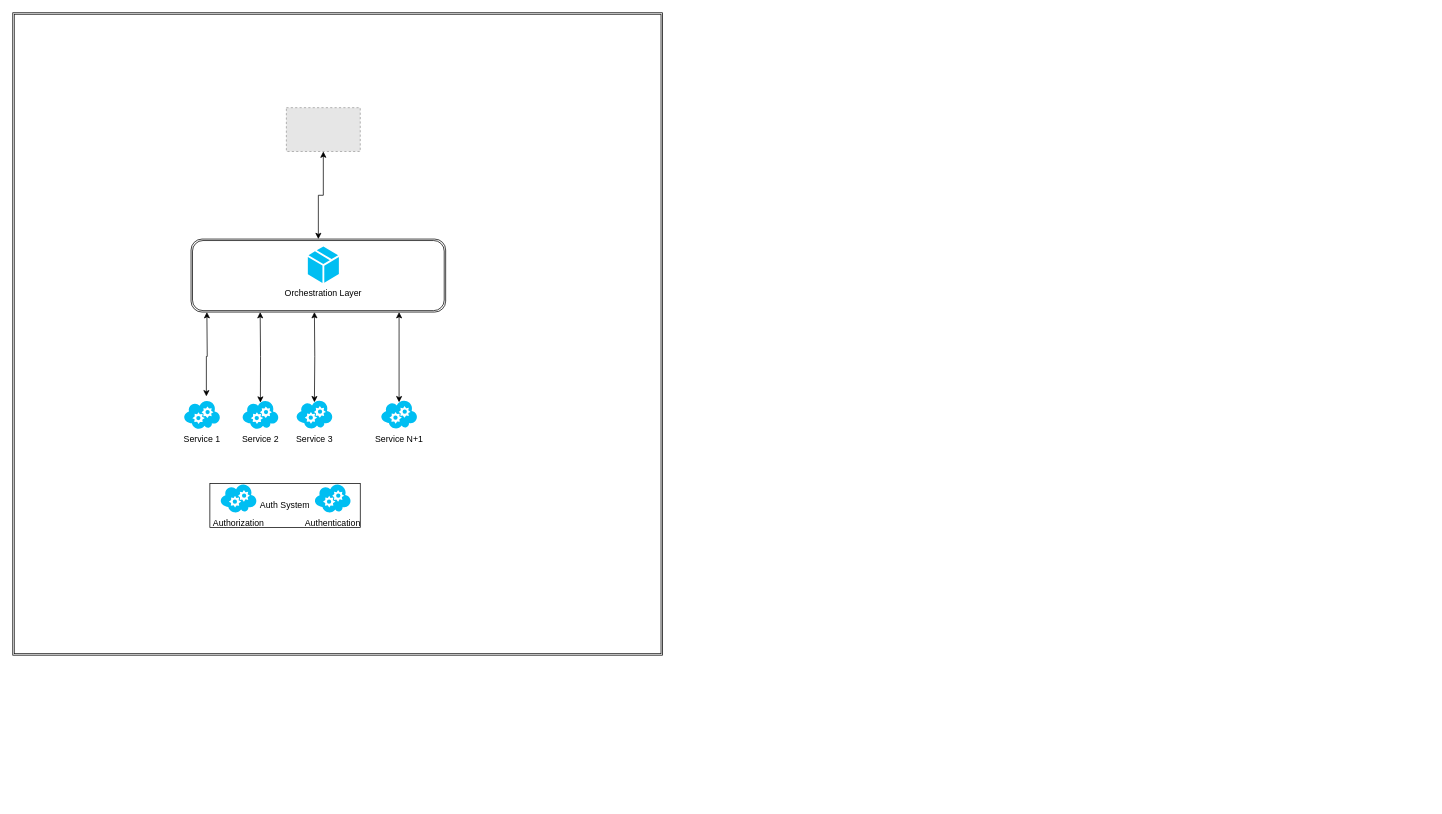
Before: Untitled Diagram.drawio in stradap/theorem-diagrams, a draw.io diagram. Source tidied: cells renumbered, new cells numbered last; positions are measured from the earlier drawing's top-left corner, leaving out a move shared by most shapes. Both pictures are drawn from the tidied source at 73%, with x=0, y=0 at pixel (12, 12). Pictures stored in the file or linked from it are replaced by grey dashed boxes.
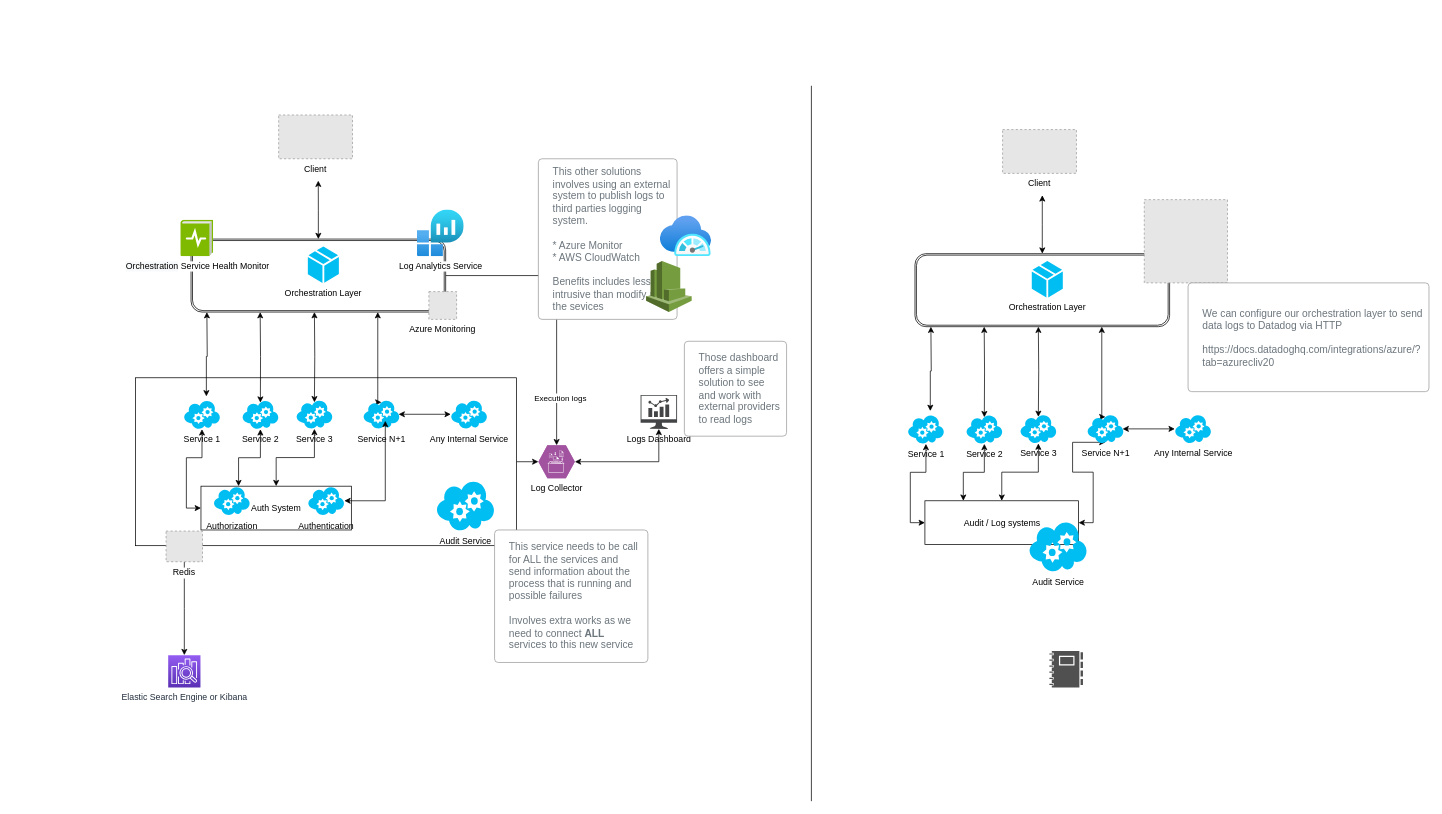
The same diagram, later.

The change refers to these unchanged cells:
```xml
<mxCell id="5" style="shape=ext;double=1;rounded=1;whiteSpace=wrap;html=1;" parent="1" vertex="1">
  <mxGeometry x="244.2" y="310" width="348.8" height="100" as="geometry" />
</mxCell>
<mxCell id="10" value="Service 3&lt;br&gt;" style="verticalLabelPosition=bottom;html=1;verticalAlign=top;align=center;strokeColor=none;fillColor=#00BEF2;shape=mxgraph.azure.cloud_service;" parent="1" vertex="1">
  <mxGeometry x="388.2" y="530" width="50" height="40" as="geometry" />
</mxCell>
<mxCell id="11" value="Service 1" style="verticalLabelPosition=bottom;html=1;verticalAlign=top;align=center;strokeColor=none;fillColor=#00BEF2;shape=mxgraph.azure.cloud_service;" parent="1" vertex="1">
  <mxGeometry x="234.2" y="530.5" width="50" height="40" as="geometry" />
</mxCell>
<mxCell id="12" value="Service 2" style="verticalLabelPosition=bottom;html=1;verticalAlign=top;align=center;strokeColor=none;fillColor=#00BEF2;shape=mxgraph.azure.cloud_service;" parent="1" vertex="1">
  <mxGeometry x="314.2" y="530.5" width="50" height="40" as="geometry" />
</mxCell>
```

The edit, as a diff of the source:
```diff
@@
-    <mxCell id="2" style="shape=ext;double=1;rounded=0;whiteSpace=wrap;html=1;shadow=0;fillColor=default;" parent="1" vertex="1">
-      <mxGeometry width="890" height="880" as="geometry" />
-    </mxCell>
+    <mxCell id="18" style="edgeStyle=orthogonalEdgeStyle;rounded=0;jettySize=auto;html=1;exitX=1;exitY=0.5;exitDx=0;exitDy=0;startArrow=none;startFill=0;endArrow=classic;endFill=1;strokeColor=default;" parent="1" edge="1" source="19">
+      <mxGeometry relative="1" as="geometry">
+        <mxPoint x="720" y="615" as="targetPoint" />
+      </mxGeometry>
+    </mxCell>
+    <mxCell id="19" style="rounded=0;whiteSpace=wrap;html=1;shadow=0;fillColor=default;" parent="1" vertex="1">
+      <mxGeometry x="168.2" y="500" width="521.8" height="230" as="geometry" />
+    </mxCell>
+    <mxCell id="20" style="edgeStyle=orthogonalEdgeStyle;rounded=0;jettySize=auto;html=1;exitX=0;exitY=0.5;exitDx=0;exitDy=0;startArrow=classic;startFill=1;endArrow=classic;endFill=1;strokeColor=default;" parent="1" edge="1" source="3" target="11">
+      <mxGeometry relative="1" as="geometry" />
+    </mxCell>
+    <mxCell id="21" style="edgeStyle=orthogonalEdgeStyle;rounded=0;jettySize=auto;html=1;startArrow=classic;startFill=1;endArrow=classic;endFill=1;strokeColor=default;" parent="1" edge="1" source="3" target="10">
+      <mxGeometry relative="1" as="geometry" />
+    </mxCell>
+    <mxCell id="22" style="edgeStyle=orthogonalEdgeStyle;rounded=0;jettySize=auto;html=1;exitX=0.25;exitY=0;exitDx=0;exitDy=0;startArrow=classic;startFill=1;endArrow=classic;endFill=1;strokeColor=default;" parent="1" edge="1" source="3" target="12">
+      <mxGeometry relative="1" as="geometry" />
+    </mxCell>
     <mxCell id="3" value="Auth System" style="whiteSpace=wrap;html=1;" parent="1" vertex="1">
-      <mxGeometry x="270" y="645" width="206" height="60" as="geometry" />
+      <mxGeometry x="257.8" y="648.5" width="206" height="60" as="geometry" />
     </mxCell>
-    <mxCell id="4" style="edgeStyle=orthogonalEdgeStyle;rounded=0;jettySize=auto;html=1;startArrow=classic;startFill=1;endArrow=classic;endFill=1;strokeColor=default;" parent="1" edge="1" source="5" target="13">
-      <mxGeometry relative="1" as="geometry" />
-    </mxCell>
+    <mxCell id="23" style="edgeStyle=orthogonalEdgeStyle;rounded=0;jettySize=auto;html=1;startArrow=classic;startFill=1;endArrow=classic;endFill=1;strokeColor=default;" parent="1" edge="1" source="5">
+      <mxGeometry relative="1" as="geometry">
+        <mxPoint x="418.5" y="230" as="targetPoint" />
+      </mxGeometry>
+    </mxCell>
+    <mxCell id="24" style="edgeStyle=orthogonalEdgeStyle;rounded=0;jettySize=auto;html=1;entryX=0.5;entryY=0;entryDx=0;entryDy=0;entryPerimeter=0;startArrow=none;startFill=0;endArrow=classic;endFill=1;strokeColor=default;" parent="1" edge="1" source="5" target="33">
+      <mxGeometry relative="1" as="geometry" />
+    </mxCell>
+    <mxCell id="25" value="Execution logs" style="edgeLabel;html=1;align=center;verticalAlign=middle;" parent="24" vertex="1">
+      <mxGeometry x="0.66" y="4" relative="1" as="geometry" />
+    </mxCell>
@@
-    <mxCell id="13" style="fillColor=#E6E6E6;strokeColor=#999999;dashed=1;verticalLabelPosition=bottom;labelBackgroundColor=#ffffff;verticalAlign=top;" parent="1" vertex="1">
-      <mxGeometry x="374.8" y="130" width="101.2" height="60" as="geometry" />
+    <mxCell id="13" value="Client" style="fillColor=#E6E6E6;strokeColor=#999999;dashed=1;verticalLabelPosition=bottom;labelBackgroundColor=#ffffff;verticalAlign=top;" parent="1" vertex="1">
+      <mxGeometry x="364.2" y="140" width="101.2" height="60" as="geometry" />
     </mxCell>
     <mxCell id="14" style="edgeStyle=orthogonalEdgeStyle;rounded=0;jettySize=auto;html=1;entryX=0.5;entryY=0.09;entryDx=0;entryDy=0;entryPerimeter=0;startArrow=classic;startFill=1;" parent="1" edge="1" target="15">
       <mxGeometry relative="1" as="geometry">
-        <mxPoint x="529.2" y="410" as="sourcePoint" />
+        <mxPoint x="500" y="410" as="sourcePoint" />
         <Array as="points">
-          <mxPoint x="529.2" y="440" />
-          <mxPoint x="529.2" y="440" />
+          <mxPoint x="500" y="410" />
+          <mxPoint x="500" y="534" />
         </Array>
       </mxGeometry>
     </mxCell>
     <mxCell id="15" value="Service N+1" style="verticalLabelPosition=bottom;html=1;verticalAlign=top;align=center;strokeColor=none;fillColor=#00BEF2;shape=mxgraph.azure.cloud_service;" parent="1" vertex="1">
-      <mxGeometry x="504.2" y="530" width="50" height="40" as="geometry" />
+      <mxGeometry x="480" y="530" width="50" height="40" as="geometry" />
     </mxCell>
     <mxCell id="16" value="Authorization&lt;br&gt;" style="verticalLabelPosition=bottom;html=1;verticalAlign=top;align=center;strokeColor=none;fillColor=#00BEF2;shape=mxgraph.azure.cloud_service;" parent="1" vertex="1">
-      <mxGeometry x="284.2" y="645" width="50" height="40" as="geometry" />
+      <mxGeometry x="275" y="648.5" width="50" height="40" as="geometry" />
     </mxCell>
+    <mxCell id="26" style="edgeStyle=orthogonalEdgeStyle;rounded=0;jettySize=auto;html=1;entryX=0.606;entryY=0.724;entryDx=0;entryDy=0;entryPerimeter=0;startArrow=classic;startFill=1;endArrow=classic;endFill=1;strokeColor=default;" parent="1" edge="1" source="17" target="15">
+      <mxGeometry relative="1" as="geometry" />
+    </mxCell>
     <mxCell id="17" value="Authentication&lt;br&gt;" style="verticalLabelPosition=bottom;html=1;verticalAlign=top;align=center;strokeColor=none;fillColor=#00BEF2;shape=mxgraph.azure.cloud_service;" parent="1" vertex="1">
-      <mxGeometry x="413.2" y="645" width="50" height="40" as="geometry" />
+      <mxGeometry x="404.2" y="648.5" width="50" height="40" as="geometry" />
     </mxCell>
+    <mxCell id="27" style="edgeStyle=orthogonalEdgeStyle;rounded=0;jettySize=auto;html=1;startArrow=none;startFill=0;endArrow=classic;endFill=1;strokeColor=default;" parent="1" edge="1" source="28" target="29">
+      <mxGeometry relative="1" as="geometry" />
+    </mxCell>
+    <mxCell id="28" value="Redis&#10;" style="fillColor=#E6E6E6;strokeColor=#999999;dashed=1;verticalLabelPosition=bottom;labelBackgroundColor=#ffffff;verticalAlign=top;" parent="1" vertex="1">
+      <mxGeometry x="210" y="710" width="49.9" height="42" as="geometry" />
+    </mxCell>
+    <mxCell id="29" value="Elastic Search Engine or Kibana&lt;br&gt;" style="sketch=0;points=[[0,0,0],[0.25,0,0],[0.5,0,0],[0.75,0,0],[1,0,0],[0,1,0],[0.25,1,0],[0.5,1,0],[0.75,1,0],[1,1,0],[0,0.25,0],[0,0.5,0],[0,0.75,0],[1,0.25,0],[1,0.5,0],[1,0.75,0]];outlineConnect=0;fontColor=#232F3E;gradientColor=#945DF2;gradientDirection=north;fillColor=#5A30B5;strokeColor=#ffffff;dashed=0;verticalLabelPosition=bottom;verticalAlign=top;align=center;html=1;fontSize=12;fontStyle=0;shape=mxgraph.aws4.resourceIcon;resIcon=mxgraph.aws4.elasticsearch_service;rounded=0;shadow=0;" parent="1" vertex="1">
+      <mxGeometry x="212.9" y="880" width="44.2" height="44.2" as="geometry" />
+    </mxCell>
+    <mxCell id="30" value="Log Analytics Service&lt;br&gt;" style="html=1;align=center;image;fontSize=12;image=img/lib/azure2/analytics/Log_Analytics_Workspaces.svg;rounded=0;shadow=0;fillColor=default;" parent="1" vertex="1">
+      <mxGeometry x="554.2" y="270" width="64" height="64" as="geometry" />
+    </mxCell>
+    <mxCell id="31" value="&lt;span style=&quot;background-color: rgb(248, 249, 250);&quot;&gt;Orchestration&lt;/span&gt;&amp;nbsp;Service Health Monitor" style="sketch=0;html=1;align=center;image;fontSize=12;image=img/lib/mscae/LogDiagnostics.svg;rounded=0;shadow=0;fillColor=default;" parent="1" vertex="1">
+      <mxGeometry x="230" y="284" width="45" height="50" as="geometry" />
+    </mxCell>
+    <mxCell id="32" style="edgeStyle=orthogonalEdgeStyle;rounded=0;jettySize=auto;html=1;startArrow=classic;startFill=1;endArrow=classic;endFill=1;strokeColor=default;" parent="1" edge="1" source="33" target="41">
+      <mxGeometry relative="1" as="geometry" />
+    </mxCell>
+    <mxCell id="33" value="Log Collector&lt;br&gt;" style="verticalLabelPosition=bottom;sketch=0;html=1;fillColor=#A153A0;strokeColor=#ffffff;verticalAlign=top;align=center;points=[[0,0.5,0],[0.125,0.25,0],[0.25,0,0],[0.5,0,0],[0.75,0,0],[0.875,0.25,0],[1,0.5,0],[0.875,0.75,0],[0.75,1,0],[0.5,1,0],[0.125,0.75,0]];shape=mxgraph.cisco_safe.compositeIcon;bgIcon=mxgraph.cisco_safe.design.blank_device;resIcon=mxgraph.cisco_safe.design.log_collector;rounded=0;shadow=0;" parent="1" vertex="1">
+      <mxGeometry x="720" y="592.5" width="50" height="45" as="geometry" />
+    </mxCell>
+    <mxCell id="34" style="edgeStyle=orthogonalEdgeStyle;rounded=0;jettySize=auto;html=1;entryX=0.97;entryY=0.5;entryDx=0;entryDy=0;entryPerimeter=0;startArrow=classic;startFill=1;endArrow=classic;endFill=1;strokeColor=default;" parent="1" edge="1" source="35" target="15">
+      <mxGeometry relative="1" as="geometry" />
+    </mxCell>
+    <mxCell id="35" value="Any Internal Service" style="verticalLabelPosition=bottom;html=1;verticalAlign=top;align=center;strokeColor=none;fillColor=#00BEF2;shape=mxgraph.azure.cloud_service;" parent="1" vertex="1">
+      <mxGeometry x="600" y="530" width="50" height="40" as="geometry" />
+    </mxCell>
+    <mxCell id="36" value="Audit Service" style="verticalLabelPosition=bottom;html=1;verticalAlign=top;align=center;strokeColor=none;fillColor=#00BEF2;shape=mxgraph.azure.cloud_service;" parent="1" vertex="1">
+      <mxGeometry x="580" y="640" width="80" height="70" as="geometry" />
+    </mxCell>
+    <mxCell id="37" value="This service needs to be call for ALL the services and send information about the process that is running and possible failures&amp;nbsp;&lt;br&gt;&lt;br&gt;Involves extra works as we need to connect &lt;b&gt;ALL &lt;/b&gt;services to this new service" style="html=1;shadow=0;dashed=0;shape=mxgraph.bootstrap.rrect;rSize=5;strokeColor=#999999;strokeWidth=1;fillColor=#FFFFFF;fontColor=#6C767D;whiteSpace=wrap;align=left;verticalAlign=middle;spacingLeft=10;fontSize=14;spacing=10;rounded=0;" parent="1" vertex="1">
+      <mxGeometry x="660" y="708.5" width="210" height="181.5" as="geometry" />
+    </mxCell>
+    <mxCell id="38" value="This other solutions involves using an external system to publish logs to third parties logging system.&lt;br&gt;&lt;br&gt;* Azure Monitor&lt;br&gt;* AWS CloudWatch&lt;br&gt;&lt;br&gt;Benefits includes less intrusive than modify al the sevices" style="html=1;shadow=0;dashed=0;shape=mxgraph.bootstrap.rrect;rSize=5;strokeColor=#999999;strokeWidth=1;fillColor=#FFFFFF;fontColor=#6C767D;whiteSpace=wrap;align=left;verticalAlign=middle;spacingLeft=10;fontSize=14;spacing=10;rounded=0;" parent="1" vertex="1">
+      <mxGeometry x="720" y="200" width="190" height="220" as="geometry" />
+    </mxCell>
+    <mxCell id="39" style="dashed=0;verticalLabelPosition=bottom;verticalAlign=top;align=center;html=1;shape=mxgraph.aws3.cloudwatch;fillColor=#759C3E;gradientColor=none;rounded=0;shadow=0;" parent="1" vertex="1">
+      <mxGeometry x="867.5" y="340" width="62.5" height="70" as="geometry" />
+    </mxCell>
+    <mxCell id="40" style="html=1;align=center;image;fontSize=12;image=img/lib/azure2/monitor/SAP_Azure_Monitor.svg;rounded=0;shadow=0;fillColor=default;" parent="1" vertex="1">
+      <mxGeometry x="887" y="278" width="70" height="56" as="geometry" />
+    </mxCell>
+    <mxCell id="41" value="Logs Dashboard" style="sketch=0;shadow=0;dashed=0;html=1;strokeColor=none;fillColor=#434445;labelPosition=center;verticalLabelPosition=bottom;verticalAlign=top;align=center;outlineConnect=0;shape=mxgraph.vvd.nsx_dashboard;rounded=0;" parent="1" vertex="1">
+      <mxGeometry x="860" y="523.5" width="50" height="46.5" as="geometry" />
+    </mxCell>
+    <mxCell id="42" value="Those dashboard offers a simple solution to see and work with external providers to read logs" style="html=1;shadow=0;dashed=0;shape=mxgraph.bootstrap.rrect;rSize=5;strokeColor=#999999;strokeWidth=1;fillColor=#FFFFFF;fontColor=#6C767D;whiteSpace=wrap;align=left;verticalAlign=middle;spacingLeft=10;fontSize=14;spacing=10;rounded=0;" parent="1" vertex="1">
+      <mxGeometry x="920" y="450" width="140" height="130" as="geometry" />
+    </mxCell>
+    <mxCell id="43" style="edgeStyle=orthogonalEdgeStyle;rounded=0;jettySize=auto;html=1;exitX=0;exitY=0.5;exitDx=0;exitDy=0;startArrow=classic;startFill=1;endArrow=classic;endFill=1;strokeColor=default;" parent="1" edge="1" source="46" target="54">
+      <mxGeometry relative="1" as="geometry" />
+    </mxCell>
+    <mxCell id="44" style="edgeStyle=orthogonalEdgeStyle;rounded=0;jettySize=auto;html=1;startArrow=classic;startFill=1;endArrow=classic;endFill=1;strokeColor=default;" parent="1" edge="1" source="46" target="53">
+      <mxGeometry relative="1" as="geometry" />
+    </mxCell>
+    <mxCell id="45" style="edgeStyle=orthogonalEdgeStyle;rounded=0;jettySize=auto;html=1;exitX=0.25;exitY=0;exitDx=0;exitDy=0;startArrow=classic;startFill=1;endArrow=classic;endFill=1;strokeColor=default;" parent="1" edge="1" source="46" target="55">
+      <mxGeometry relative="1" as="geometry" />
+    </mxCell>
+    <mxCell id="46" value="Audit / Log systems" style="whiteSpace=wrap;html=1;" parent="1" vertex="1">
+      <mxGeometry x="1249.5" y="668.5" width="210.5" height="60" as="geometry" />
+    </mxCell>
+    <mxCell id="47" style="edgeStyle=orthogonalEdgeStyle;rounded=0;jettySize=auto;html=1;startArrow=classic;startFill=1;endArrow=classic;endFill=1;strokeColor=default;" parent="1" edge="1" source="48">
+      <mxGeometry relative="1" as="geometry">
+        <mxPoint x="1410.3" y="250" as="targetPoint" />
+      </mxGeometry>
+    </mxCell>
+    <mxCell id="48" style="shape=ext;double=1;rounded=1;whiteSpace=wrap;html=1;" parent="1" vertex="1">
+      <mxGeometry x="1235.9" y="330" width="348.8" height="100" as="geometry" />
+    </mxCell>
+    <mxCell id="49" style="edgeStyle=orthogonalEdgeStyle;rounded=0;jettySize=auto;html=1;exitX=0.261;exitY=0.995;exitDx=0;exitDy=0;exitPerimeter=0;entryX=0.62;entryY=-0.125;entryDx=0;entryDy=0;entryPerimeter=0;startArrow=classic;startFill=1;" parent="1" edge="1" target="54">
+      <mxGeometry relative="1" as="geometry">
+        <mxPoint x="1257.7" y="430" as="sourcePoint" />
+      </mxGeometry>
+    </mxCell>
+    <mxCell id="50" style="edgeStyle=orthogonalEdgeStyle;rounded=0;jettySize=auto;html=1;entryX=0.5;entryY=0.09;entryDx=0;entryDy=0;entryPerimeter=0;startArrow=classic;startFill=1;" parent="1" edge="1" target="53">
+      <mxGeometry relative="1" as="geometry">
+        <mxPoint x="1404.9" y="430" as="sourcePoint" />
+      </mxGeometry>
+    </mxCell>
+    <mxCell id="51" style="edgeStyle=orthogonalEdgeStyle;rounded=0;jettySize=auto;html=1;entryX=0.5;entryY=0.09;entryDx=0;entryDy=0;entryPerimeter=0;strokeColor=default;endArrow=classic;endFill=1;startArrow=classic;startFill=1;" parent="1" edge="1" target="55">
+      <mxGeometry relative="1" as="geometry">
+        <mxPoint x="1330.7" y="430" as="sourcePoint" />
+      </mxGeometry>
+    </mxCell>
+    <mxCell id="52" value="Orchestration Layer&lt;br&gt;" style="verticalLabelPosition=bottom;html=1;verticalAlign=top;align=center;strokeColor=none;fillColor=#00BEF2;shape=mxgraph.azure.cloud_service_package_file;" parent="1" vertex="1">
+      <mxGeometry x="1395.9" y="340" width="42.5" height="50" as="geometry" />
+    </mxCell>
+    <mxCell id="53" value="Service 3&lt;br&gt;" style="verticalLabelPosition=bottom;html=1;verticalAlign=top;align=center;strokeColor=none;fillColor=#00BEF2;shape=mxgraph.azure.cloud_service;" parent="1" vertex="1">
+      <mxGeometry x="1379.9" y="550" width="50" height="40" as="geometry" />
+    </mxCell>
+    <mxCell id="54" value="Service 1" style="verticalLabelPosition=bottom;html=1;verticalAlign=top;align=center;strokeColor=none;fillColor=#00BEF2;shape=mxgraph.azure.cloud_service;" parent="1" vertex="1">
+      <mxGeometry x="1225.9" y="550.5" width="50" height="40" as="geometry" />
+    </mxCell>
+    <mxCell id="55" value="Service 2" style="verticalLabelPosition=bottom;html=1;verticalAlign=top;align=center;strokeColor=none;fillColor=#00BEF2;shape=mxgraph.azure.cloud_service;" parent="1" vertex="1">
+      <mxGeometry x="1305.9" y="550.5" width="50" height="40" as="geometry" />
+    </mxCell>
+    <mxCell id="56" value="Client" style="fillColor=#E6E6E6;strokeColor=#999999;dashed=1;verticalLabelPosition=bottom;labelBackgroundColor=#ffffff;verticalAlign=top;" parent="1" vertex="1">
+      <mxGeometry x="1355.9" y="160" width="101.2" height="60" as="geometry" />
+    </mxCell>
+    <mxCell id="57" style="edgeStyle=orthogonalEdgeStyle;rounded=0;jettySize=auto;html=1;entryX=0.5;entryY=0.09;entryDx=0;entryDy=0;entryPerimeter=0;startArrow=classic;startFill=1;" parent="1" edge="1" target="59">
+      <mxGeometry relative="1" as="geometry">
+        <mxPoint x="1491.8" y="430" as="sourcePoint" />
+        <Array as="points">
+          <mxPoint x="1491.8" y="430" />
+          <mxPoint x="1491.8" y="554" />
+        </Array>
+      </mxGeometry>
+    </mxCell>
+    <mxCell id="58" style="edgeStyle=orthogonalEdgeStyle;rounded=0;jettySize=auto;html=1;exitX=0.5;exitY=0.96;exitDx=0;exitDy=0;exitPerimeter=0;entryX=1;entryY=0.5;entryDx=0;entryDy=0;startArrow=classic;startFill=1;endArrow=classic;endFill=1;strokeColor=default;" parent="1" edge="1" source="59" target="46">
+      <mxGeometry relative="1" as="geometry" />
+    </mxCell>
+    <mxCell id="59" value="Service N+1" style="verticalLabelPosition=bottom;html=1;verticalAlign=top;align=center;strokeColor=none;fillColor=#00BEF2;shape=mxgraph.azure.cloud_service;" parent="1" vertex="1">
+      <mxGeometry x="1471.8" y="550" width="50" height="40" as="geometry" />
+    </mxCell>
+    <mxCell id="60" style="edgeStyle=orthogonalEdgeStyle;rounded=0;jettySize=auto;html=1;entryX=0.97;entryY=0.5;entryDx=0;entryDy=0;entryPerimeter=0;startArrow=classic;startFill=1;endArrow=classic;endFill=1;strokeColor=default;" parent="1" edge="1" source="61" target="59">
+      <mxGeometry relative="1" as="geometry" />
+    </mxCell>
+    <mxCell id="61" value="Any Internal Service" style="verticalLabelPosition=bottom;html=1;verticalAlign=top;align=center;strokeColor=none;fillColor=#00BEF2;shape=mxgraph.azure.cloud_service;" parent="1" vertex="1">
+      <mxGeometry x="1591.8" y="550" width="50" height="40" as="geometry" />
+    </mxCell>
+    <mxCell id="62" value="Audit Service" style="verticalLabelPosition=bottom;html=1;verticalAlign=top;align=center;strokeColor=none;fillColor=#00BEF2;shape=mxgraph.azure.cloud_service;" parent="1" vertex="1">
+      <mxGeometry x="1391.8" y="696" width="80" height="70" as="geometry" />
+    </mxCell>
+    <mxCell id="63" style="line;strokeWidth=1;fillColor=none;align=left;verticalAlign=middle;spacingTop=-1;spacingLeft=3;spacingRight=3;labelPosition=right;rounded=0;shadow=0;flipV=1;flipH=0;direction=south;" parent="1" vertex="1">
+      <mxGeometry x="1090" y="100" width="8" height="980" as="geometry" />
+    </mxCell>
+    <mxCell id="64" style="sketch=0;shadow=0;dashed=0;html=1;strokeColor=none;labelPosition=center;verticalLabelPosition=bottom;verticalAlign=top;align=center;fillColor=#505050;shape=mxgraph.mscae.intune.reports;rounded=0;" parent="1" vertex="1">
+      <mxGeometry x="1420" y="874.2" width="46" height="50" as="geometry" />
+    </mxCell>
+    <mxCell id="65" value="Azure Monitoring" style="fillColor=#E6E6E6;strokeColor=#999999;dashed=1;verticalLabelPosition=bottom;labelBackgroundColor=#ffffff;verticalAlign=top;" parent="1" vertex="1">
+      <mxGeometry x="570" y="382" width="38" height="38" as="geometry" />
+    </mxCell>
+    <mxCell id="66" style="fillColor=#E6E6E6;strokeColor=#999999;dashed=1;verticalLabelPosition=bottom;labelBackgroundColor=default;verticalAlign=top;" parent="1" vertex="1">
+      <mxGeometry x="1550" y="256" width="114" height="114" as="geometry" />
+    </mxCell>
+    <mxCell id="67" value="We can configure our orchestration layer to send data logs to Datadog via HTTP&lt;br&gt;&lt;br&gt;https://docs.datadoghq.com/integrations/azure/?tab=azurecliv20" style="html=1;shadow=0;dashed=0;shape=mxgraph.bootstrap.rrect;rSize=5;strokeColor=#999999;strokeWidth=1;fillColor=#FFFFFF;fontColor=#6C767D;whiteSpace=wrap;align=left;verticalAlign=middle;spacingLeft=10;fontSize=14;spacing=10;rounded=0;" parent="1" vertex="1">
+      <mxGeometry x="1610" y="370" width="330" height="149" as="geometry" />
+    </mxCell>
```
